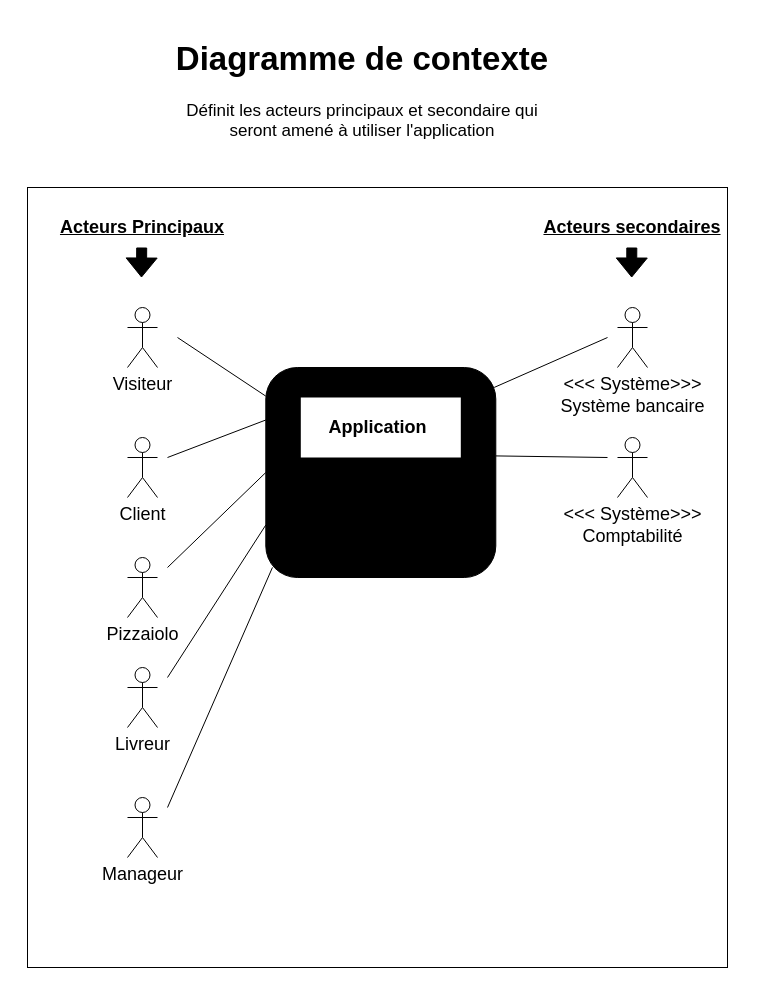
The draw.io diagram Untitled Diagram.drawio in Maayaavi/OC_Project_4, before the edit. Source tidied: cells renumbered, new cells numbered last; positions are measured from the earlier drawing's top-left corner, leaving out a move shared by most shapes. Both pictures are drawn from the tidied source at 100%, with x=0, y=0 at pixel (17, 27).
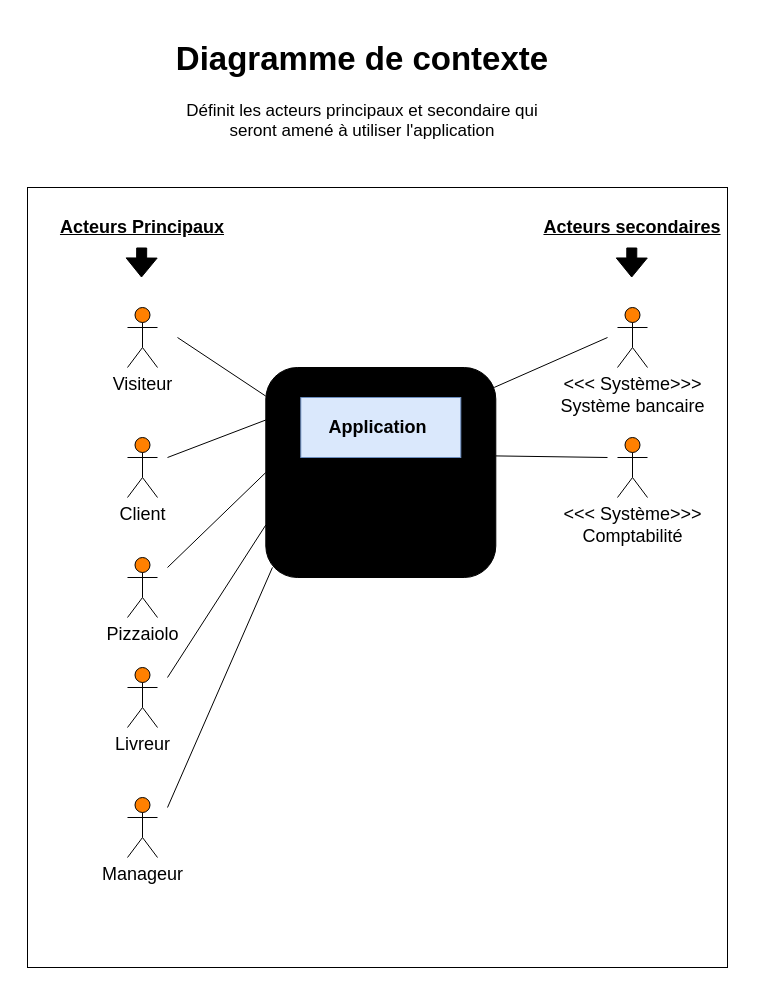
The same page after the edit.

The edit, as a diff of the source:
```diff
@@
-    <mxCell id="3" value="&lt;h1 style=&quot;font-size: 33px&quot;&gt;Diagramme de contexte&lt;/h1&gt;&lt;p style=&quot;font-size: 17px&quot;&gt;Définit les acteurs principaux et secondaire qui seront amené à utiliser l'application&lt;/p&gt;" style="text;html=1;strokeColor=none;fillColor=none;spacing=5;spacingTop=-20;whiteSpace=wrap;overflow=hidden;rounded=0;align=center;" parent="1" vertex="1">
+    <mxCell id="3" value="&lt;h1 style=&quot;font-size: 33px&quot;&gt;Diagramme de contexte&lt;/h1&gt;&lt;p style=&quot;font-size: 17px&quot;&gt;Définit les acteurs principaux et secondaire qui seront amené à utiliser l'application&lt;/p&gt;" style="text;html=1;strokeColor=none;fillColor=none;spacing=5;spacingTop=-20;whiteSpace=wrap;overflow=hidden;rounded=0;align=center;fontStyle=0;" parent="1" vertex="1">
       <mxGeometry x="140" width="410" height="120" as="geometry" />
     </mxCell>
@@
-    <mxCell id="5" value="Application&amp;nbsp;" style="text;html=1;strokeColor=none;fillColor=#ffffff;align=center;verticalAlign=middle;whiteSpace=wrap;rounded=0;fontSize=18;fontStyle=1;glass=0;gradientColor=none;" parent="1" vertex="1">
+    <mxCell id="5" value="Application&amp;nbsp;" style="text;html=1;align=center;verticalAlign=middle;whiteSpace=wrap;rounded=0;fontSize=18;fontStyle=1;glass=0;fillColor=#dae8fc;strokeColor=#6c8ebf;" parent="1" vertex="1">
       <mxGeometry x="283.3" y="370" width="160" height="60" as="geometry" />
     </mxCell>
-    <mxCell id="6" value="Visiteur" style="shape=umlActor;verticalLabelPosition=bottom;labelBackgroundColor=#ffffff;verticalAlign=top;html=1;fontSize=18;" parent="1" vertex="1">
+    <mxCell id="6" value="Visiteur" style="shape=umlActor;verticalLabelPosition=bottom;labelBackgroundColor=#ffffff;verticalAlign=top;html=1;fontSize=18;fillColor=#FF8000;" parent="1" vertex="1">
       <mxGeometry x="110" y="280" width="30" height="60" as="geometry" />
     </mxCell>
-    <mxCell id="7" value="Client" style="shape=umlActor;verticalLabelPosition=bottom;labelBackgroundColor=#ffffff;verticalAlign=top;html=1;fontSize=18;" parent="1" vertex="1">
+    <mxCell id="7" value="Client" style="shape=umlActor;verticalLabelPosition=bottom;labelBackgroundColor=#ffffff;verticalAlign=top;html=1;fontSize=18;fillColor=#FF8000;" parent="1" vertex="1">
       <mxGeometry x="110" y="410" width="30" height="60" as="geometry" />
     </mxCell>
-    <mxCell id="8" value="Pizzaiolo" style="shape=umlActor;verticalLabelPosition=bottom;labelBackgroundColor=#ffffff;verticalAlign=top;html=1;fontSize=18;" parent="1" vertex="1">
+    <mxCell id="8" value="Pizzaiolo" style="shape=umlActor;verticalLabelPosition=bottom;labelBackgroundColor=#ffffff;verticalAlign=top;html=1;fontSize=18;fillColor=#FF8000;" parent="1" vertex="1">
       <mxGeometry x="110" y="530" width="30" height="60" as="geometry" />
     </mxCell>
-    <mxCell id="9" value="Livreur" style="shape=umlActor;verticalLabelPosition=bottom;labelBackgroundColor=#ffffff;verticalAlign=top;html=1;fontSize=18;" parent="1" vertex="1">
+    <mxCell id="9" value="Livreur" style="shape=umlActor;verticalLabelPosition=bottom;labelBackgroundColor=#ffffff;verticalAlign=top;html=1;fontSize=18;fillColor=#FF8000;" parent="1" vertex="1">
       <mxGeometry x="110" y="640" width="30" height="60" as="geometry" />
     </mxCell>
-    <mxCell id="10" value="Manageur" style="shape=umlActor;verticalLabelPosition=bottom;labelBackgroundColor=#ffffff;verticalAlign=top;html=1;fontSize=18;" parent="1" vertex="1">
+    <mxCell id="10" value="Manageur" style="shape=umlActor;verticalLabelPosition=bottom;labelBackgroundColor=#ffffff;verticalAlign=top;html=1;fontSize=18;fillColor=#FF8000;" parent="1" vertex="1">
       <mxGeometry x="110" y="770" width="30" height="60" as="geometry" />
     </mxCell>
@@
-    <mxCell id="16" value="&amp;lt;&amp;lt;&amp;lt; Système&amp;gt;&amp;gt;&amp;gt;&lt;br&gt;Système bancaire" style="shape=umlActor;verticalLabelPosition=bottom;labelBackgroundColor=#ffffff;verticalAlign=top;html=1;fontSize=18;gradientColor=none;gradientDirection=north;" parent="1" vertex="1">
+    <mxCell id="16" value="&amp;lt;&amp;lt;&amp;lt; Système&amp;gt;&amp;gt;&amp;gt;&lt;br&gt;Système bancaire" style="shape=umlActor;verticalLabelPosition=bottom;labelBackgroundColor=#ffffff;verticalAlign=top;html=1;fontSize=18;gradientColor=none;gradientDirection=north;fillColor=#FF8000;" parent="1" vertex="1">
       <mxGeometry x="600" y="280" width="30" height="60" as="geometry" />
     </mxCell>
-    <mxCell id="17" value="&amp;lt;&amp;lt;&amp;lt; Système&amp;gt;&amp;gt;&amp;gt;&lt;br&gt;Comptabilité" style="shape=umlActor;verticalLabelPosition=bottom;labelBackgroundColor=#ffffff;verticalAlign=top;html=1;fontSize=18;gradientColor=none;gradientDirection=north;" parent="1" vertex="1">
+    <mxCell id="17" value="&amp;lt;&amp;lt;&amp;lt; Système&amp;gt;&amp;gt;&amp;gt;&lt;br&gt;Comptabilité" style="shape=umlActor;verticalLabelPosition=bottom;labelBackgroundColor=#ffffff;verticalAlign=top;html=1;fontSize=18;gradientColor=none;gradientDirection=north;fillColor=#FF8000;" parent="1" vertex="1">
       <mxGeometry x="600" y="410" width="30" height="60" as="geometry" />
     </mxCell>
```
